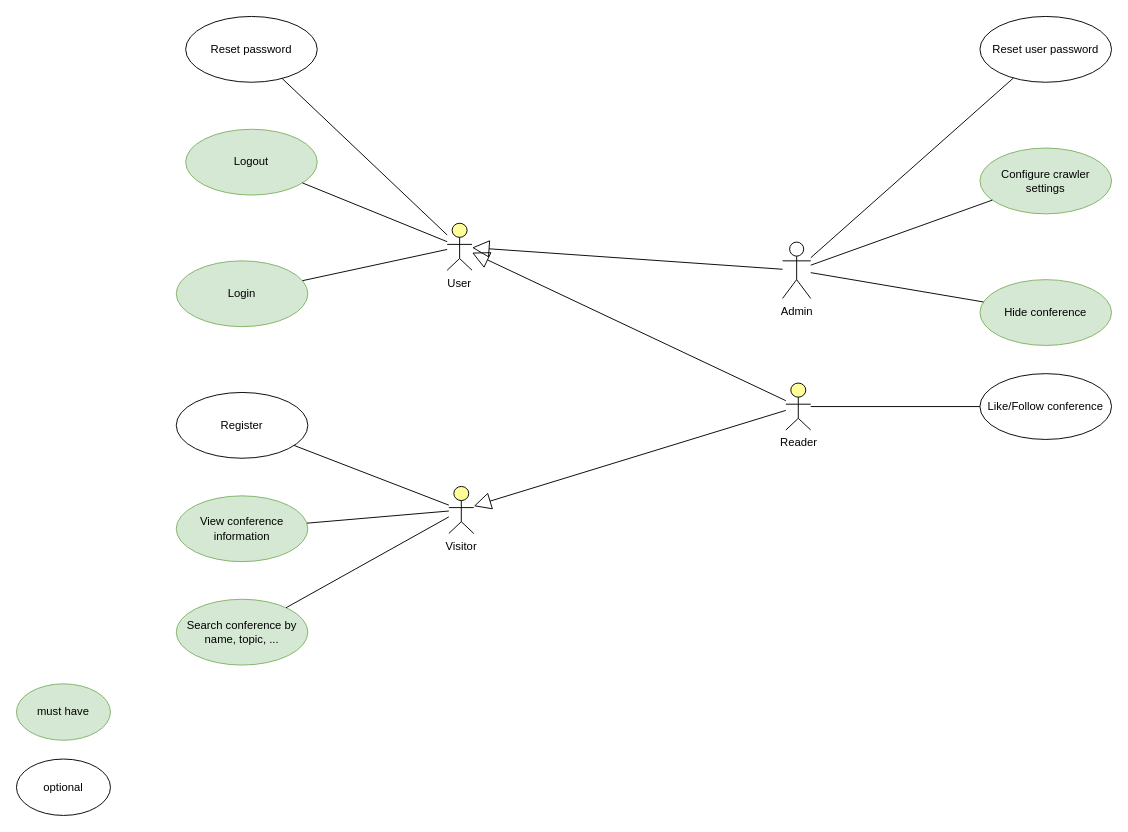
Before: page "User use case" (1 of 2) of Diagram/Use Case.drawio in Technologie-Logicielle/spiderbot, a draw.io diagram. Source tidied: cells renumbered, new cells numbered last; positions are measured from the earlier drawing's top-left corner, leaving out a move shared by most shapes. Both pictures are drawn from the tidied source at 94%, with x=0, y=0 at pixel (16, 16).
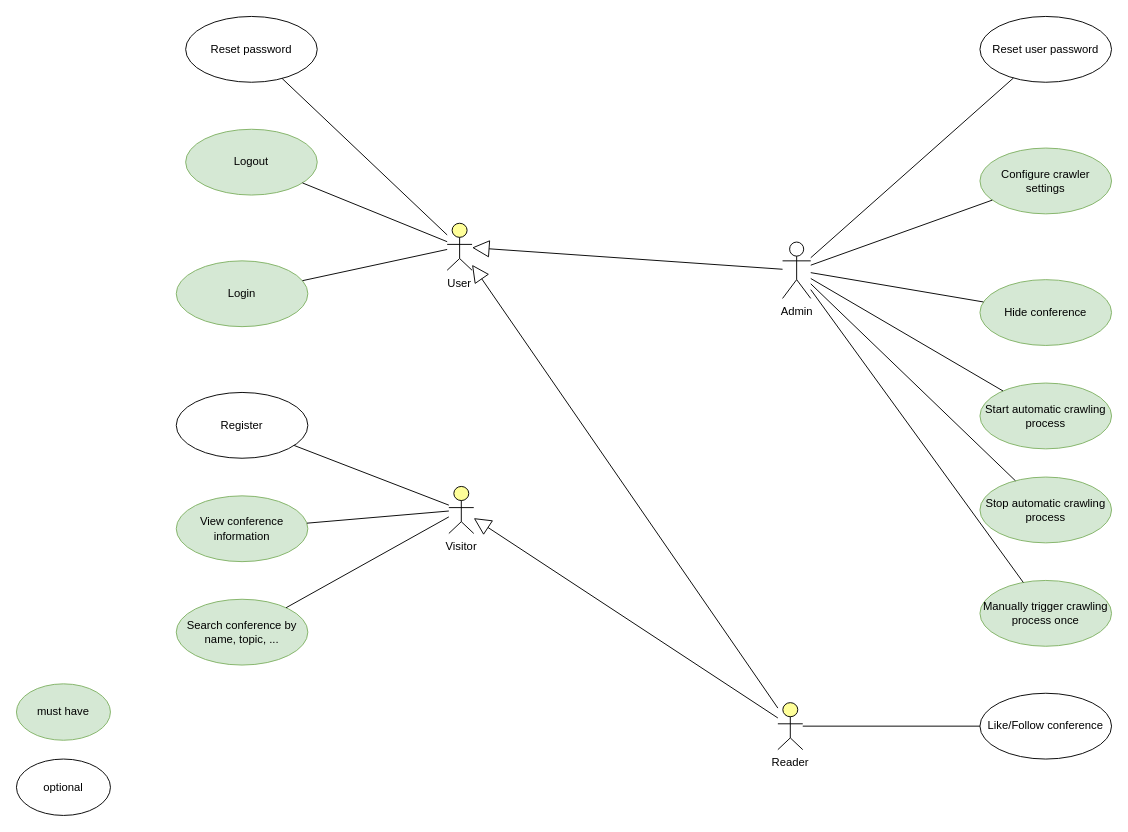
The same diagram, later.

Commit message:
Update Use Case.drawio - Admin use case

The change refers to these unchanged cells:
```xml
<mxCell id="18" value="Admin" style="shape=umlActor;html=1;verticalLabelPosition=bottom;verticalAlign=top;align=center;" parent="1" vertex="1">
  <mxGeometry x="815" y="240" width="30" height="60" as="geometry" />
</mxCell>
```

Change to the diagram source:
```diff
@@
     <mxCell id="13" value="Like/Follow conference" style="ellipse;whiteSpace=wrap;html=1;" parent="1" vertex="1">
-      <mxGeometry x="1025" y="380" width="140" height="70" as="geometry" />
+      <mxGeometry x="1025" y="720" width="140" height="70" as="geometry" />
     </mxCell>
@@
     <mxCell id="29" value="Reader" style="html=1;outlineConnect=0;whiteSpace=wrap;fillColor=#ffff99;verticalLabelPosition=bottom;verticalAlign=top;align=center;shape=mxgraph.archimate3.actor;" parent="1" vertex="1">
-      <mxGeometry x="818.5" y="390" width="26.5" height="50" as="geometry" />
+      <mxGeometry x="810" y="730" width="26.5" height="50" as="geometry" />
     </mxCell>
@@
+    <mxCell id="31" value="Start automatic crawling process" style="ellipse;whiteSpace=wrap;html=1;fillColor=#d5e8d4;strokeColor=#82b366;" parent="1" vertex="1">
+      <mxGeometry x="1025" y="390" width="140" height="70" as="geometry" />
+    </mxCell>
+    <mxCell id="32" value="Stop automatic crawling process" style="ellipse;whiteSpace=wrap;html=1;fillColor=#d5e8d4;strokeColor=#82b366;" parent="1" vertex="1">
+      <mxGeometry x="1025" y="490" width="140" height="70" as="geometry" />
+    </mxCell>
+    <mxCell id="33" value="Manually trigger crawling process once" style="ellipse;whiteSpace=wrap;html=1;fillColor=#d5e8d4;strokeColor=#82b366;" parent="1" vertex="1">
+      <mxGeometry x="1025" y="600" width="140" height="70" as="geometry" />
+    </mxCell>
+    <mxCell id="34" style="edgeStyle=none;html=1;endArrow=none;verticalAlign=bottom;rounded=0;" parent="1" edge="1" source="18" target="31">
+      <mxGeometry relative="1" as="geometry" />
+    </mxCell>
+    <mxCell id="35" style="edgeStyle=none;html=1;endArrow=none;verticalAlign=bottom;rounded=0;" parent="1" edge="1" source="18" target="32">
+      <mxGeometry relative="1" as="geometry" />
+    </mxCell>
+    <mxCell id="36" style="edgeStyle=none;html=1;endArrow=none;verticalAlign=bottom;rounded=0;" parent="1" edge="1" source="18" target="33">
+      <mxGeometry relative="1" as="geometry" />
+    </mxCell>
```
